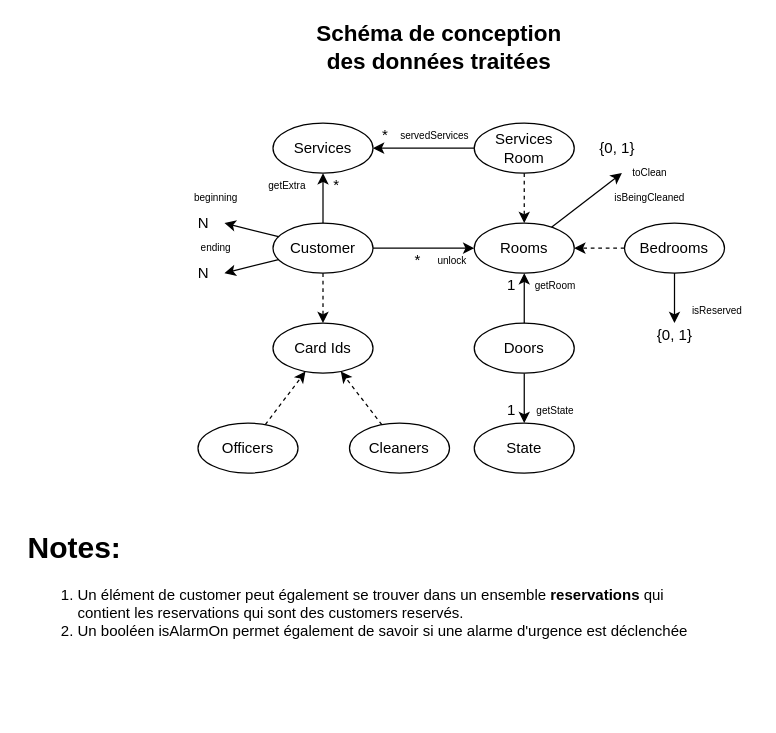
Above: doc/conception/data.drawio in Reynault/MOSOS-Subject-3 (draw.io), before the change. Source tidied: cells renumbered, new cells numbered last; positions are measured from the earlier drawing's top-left corner, leaving out a move shared by most shapes. Both pictures are drawn from the tidied source at 125%, with x=0, y=0 at pixel (21, 35).
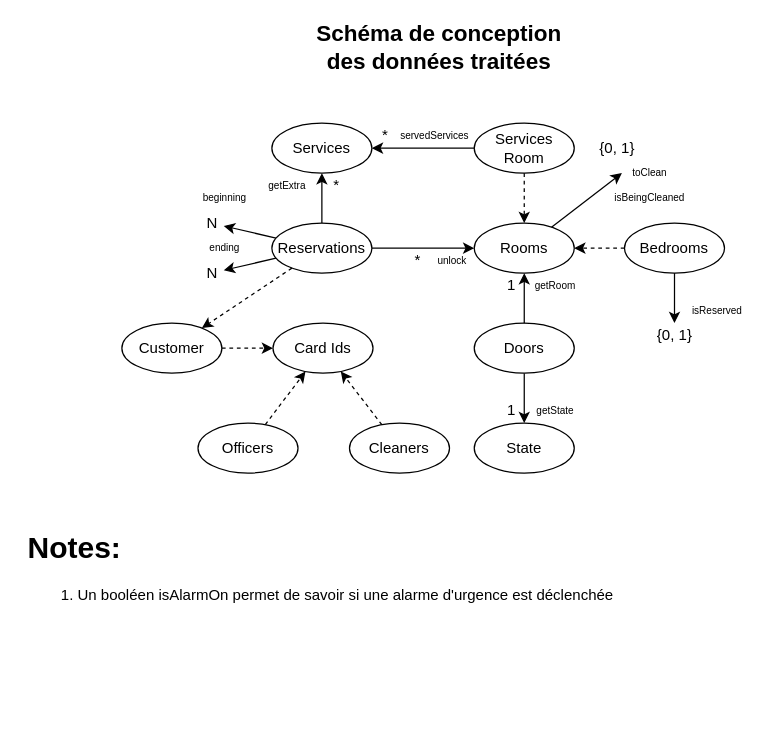
After the change.

Unchanged cells that the change refers to:
```xml
<mxCell id="9" value="&lt;span style=&quot;text-align: left&quot;&gt;Rooms&lt;/span&gt;" style="ellipse;whiteSpace=wrap;html=1;" parent="1" vertex="1">
  <mxGeometry x="361.9" y="150" width="80" height="40" as="geometry" />
</mxCell>
```

What changed in the source:
```diff
@@
     <mxCell id="4" value="Customer" style="ellipse;whiteSpace=wrap;html=1;" parent="1" vertex="1">
-      <mxGeometry x="200.9" y="150" width="80" height="40" as="geometry" />
+      <mxGeometry x="80" y="230" width="80" height="40" as="geometry" />
     </mxCell>
@@
     <mxCell id="15" value="&lt;span style=&quot;text-align: left&quot;&gt;Services&lt;/span&gt;" style="ellipse;whiteSpace=wrap;html=1;" parent="1" vertex="1">
-      <mxGeometry x="200.9" y="70" width="80" height="40" as="geometry" />
+      <mxGeometry x="200" y="70" width="80" height="40" as="geometry" />
     </mxCell>
@@
-    <mxCell id="31" style="rounded=0;jettySize=auto;html=1;" parent="1" edge="1" source="4" target="15">
+    <mxCell id="31" style="rounded=0;jettySize=auto;html=1;" parent="1" edge="1" source="48" target="15">
       <mxGeometry relative="1" as="geometry" />
     </mxCell>
@@
-    <mxCell id="39" style="rounded=0;jettySize=auto;html=1;" parent="1" edge="1" source="4" target="9">
+    <mxCell id="39" style="rounded=0;jettySize=auto;html=1;" parent="1" edge="1" source="48" target="9">
       <mxGeometry relative="1" as="geometry" />
     </mxCell>
-    <mxCell id="40" style="rounded=0;jettySize=auto;html=1;" parent="1" edge="1" source="4">
-      <mxGeometry relative="1" as="geometry">
-        <mxPoint x="162.1" y="150" as="targetPoint" />
-      </mxGeometry>
+    <mxCell id="40" style="rounded=0;jettySize=auto;html=1;" parent="1" edge="1" source="48" target="45">
+      <mxGeometry relative="1" as="geometry" />
     </mxCell>
-    <mxCell id="41" style="rounded=0;jettySize=auto;html=1;" parent="1" edge="1" source="4">
-      <mxGeometry relative="1" as="geometry">
-        <mxPoint x="162.1" y="190" as="targetPoint" />
-      </mxGeometry>
+    <mxCell id="41" style="rounded=0;jettySize=auto;html=1;" parent="1" edge="1" source="48" target="44">
+      <mxGeometry relative="1" as="geometry" />
     </mxCell>
     <mxCell id="42" value="beginning" style="text;html=1;align=center;verticalAlign=middle;fontSize=8;" parent="1" vertex="1">
-      <mxGeometry x="130" y="120" width="50" height="20" as="geometry" />
+      <mxGeometry x="136.5" y="120" width="50" height="20" as="geometry" />
     </mxCell>
     <mxCell id="43" value="ending" style="text;html=1;align=center;verticalAlign=middle;fontSize=8;" parent="1" vertex="1">
-      <mxGeometry x="135" y="160" width="40" height="20" as="geometry" />
+      <mxGeometry x="141.5" y="160" width="40" height="20" as="geometry" />
     </mxCell>
     <mxCell id="44" value="N" style="text;html=1;align=center;verticalAlign=middle;points=[];" parent="1" vertex="1">
-      <mxGeometry x="135" y="180" width="20" height="20" as="geometry" />
+      <mxGeometry x="141.5" y="180" width="20" height="20" as="geometry" />
     </mxCell>
     <mxCell id="45" value="N" style="text;html=1;align=center;verticalAlign=middle;points=[];" parent="1" vertex="1">
-      <mxGeometry x="135" y="140" width="20" height="20" as="geometry" />
+      <mxGeometry x="141.5" y="140" width="20" height="20" as="geometry" />
     </mxCell>
-    <mxCell id="46" value="&lt;h1&gt;Notes:&lt;/h1&gt;&lt;div&gt;&lt;ol&gt;&lt;li&gt;Un élément de customer peut également se trouver dans un ensemble &lt;b&gt;reservations &lt;/b&gt;qui contient les reservations qui sont des customers reservés.&lt;/li&gt;&lt;li&gt;Un booléen isAlarmOn permet également de savoir si une alarme d'urgence est déclenchée&lt;/li&gt;&lt;/ol&gt;&lt;/div&gt;" style="text;html=1;strokeColor=none;fillColor=none;spacing=5;spacingTop=-20;whiteSpace=wrap;overflow=hidden;rounded=0;" parent="1" vertex="1">
+    <mxCell id="46" value="&lt;h1&gt;Notes:&lt;/h1&gt;&lt;div&gt;&lt;ol&gt;&lt;li&gt;Un booléen isAlarmOn permet de savoir si une alarme d'urgence est déclenchée&lt;/li&gt;&lt;/ol&gt;&lt;/div&gt;" style="text;html=1;strokeColor=none;fillColor=none;spacing=5;spacingTop=-20;whiteSpace=wrap;overflow=hidden;rounded=0;" parent="1" vertex="1">
       <mxGeometry y="390" width="560" height="150" as="geometry" />
     </mxCell>
@@
+    <mxCell id="48" value="Reservations" style="ellipse;whiteSpace=wrap;html=1;" parent="1" vertex="1">
+      <mxGeometry x="200" y="150" width="80" height="40" as="geometry" />
+    </mxCell>
+    <mxCell id="49" style="endArrow=classic;html=1;dashed=1;" parent="1" edge="1" source="48" target="4">
+      <mxGeometry relative="1" as="geometry" />
+    </mxCell>
```
